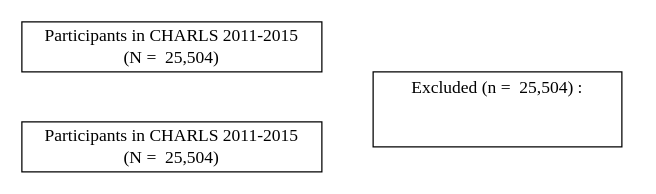
Before: Childhood Neighborhood Quality.drawio in HaibinLi0817/Course-Project1, a draw.io diagram. Source tidied: cells renumbered, new cells numbered last; positions are measured from the earlier drawing's top-left corner, leaving out a move shared by most shapes. Both pictures are drawn from the tidied source at 125%, with x=0, y=0 at pixel (21, 21).
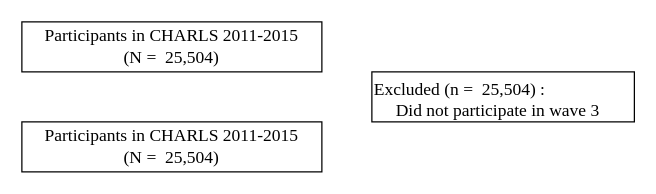
The same diagram, later.

What changed in the source:
```diff
@@
 <mxGraphModel>
   <root>
     <mxCell id="0" />
     <mxCell id="1" parent="0" />
     <mxCell id="2" value="Participants in CHARLS 2011-2015&lt;br style=&quot;font-size: 14px;&quot;&gt;(N =&amp;nbsp; 25,504)" style="rounded=0;whiteSpace=wrap;html=1;fontSize=14;fontFamily=Times New Roman;" parent="1" vertex="1">
       <mxGeometry width="240" height="40" as="geometry" />
     </mxCell>
     <mxCell id="3" value="Participants in CHARLS 2011-2015&lt;br style=&quot;font-size: 14px;&quot;&gt;(N =&amp;nbsp; 25,504)" style="rounded=0;whiteSpace=wrap;html=1;fontSize=14;fontFamily=Times New Roman;" parent="1" vertex="1">
       <mxGeometry y="80" width="240" height="40" as="geometry" />
     </mxCell>
-    <mxCell id="4" value="&lt;div style=&quot;text-align: left&quot;&gt;&lt;span&gt;Excluded&amp;nbsp;(n =&amp;nbsp; 25,504) :&lt;/span&gt;&lt;/div&gt;&lt;br&gt;&lt;div style=&quot;text-align: left&quot;&gt;&lt;br&gt;&lt;/div&gt;" style="rounded=0;whiteSpace=wrap;html=1;fontSize=14;fontFamily=Times New Roman;" parent="1" vertex="1">
-      <mxGeometry x="281" y="40" width="199" height="60" as="geometry" />
+    <mxCell id="4" value="&lt;span&gt;Excluded&amp;nbsp;(n =&amp;nbsp; 25,504) :&lt;/span&gt;&lt;br&gt;&lt;span&gt;&amp;nbsp; &amp;nbsp; &amp;nbsp;Did not participate in wave 3&lt;/span&gt;" style="rounded=0;whiteSpace=wrap;html=1;fontSize=14;fontFamily=Times New Roman;align=left;verticalAlign=top;horizontal=1;" parent="1" vertex="1">
+      <mxGeometry x="280" y="40" width="210" height="40" as="geometry" />
     </mxCell>
   </root>
 </mxGraphModel>
```
